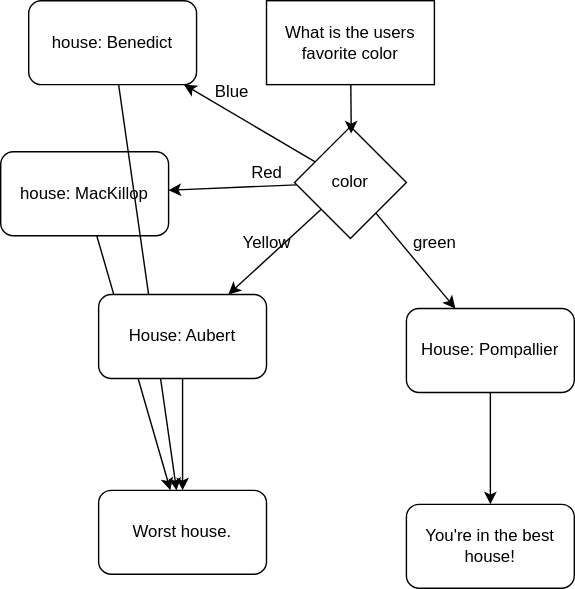
Above: whanau_flowchart.drawio.svg in Dekoder-py-school/whanau_color (draw.io), before the change. Source tidied: cells renumbered, new cells last; positions are measured from the earlier drawing's top-left corner, leaving out a move shared by most shapes.
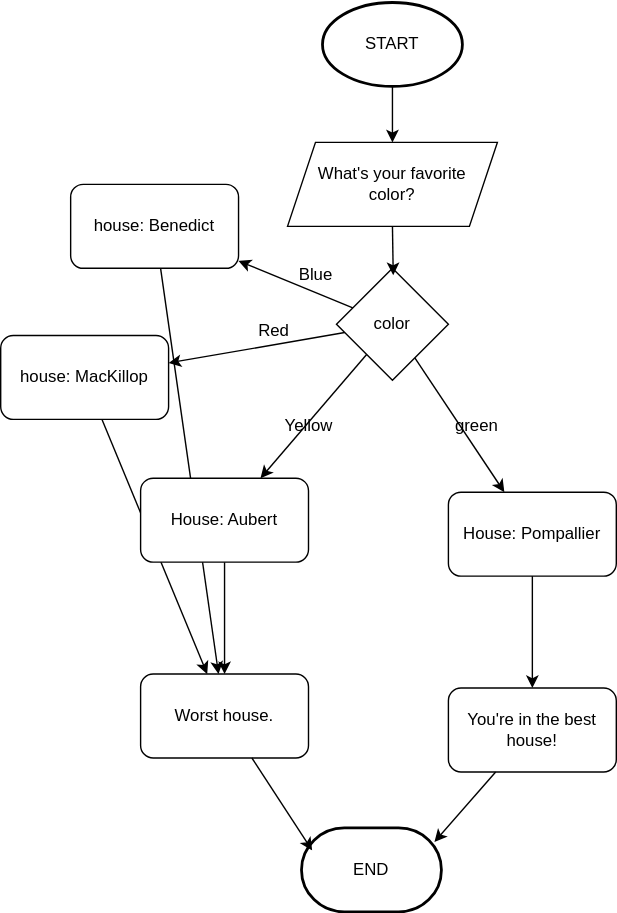
After the change.

Commit message:
use the right shapes

Change to the diagram source:
```diff
@@ -2,9 +2,6 @@
   <root>
     <mxCell id="0" />
     <mxCell id="1" parent="0" />
-    <mxCell id="2" value="What is the users favorite color" style="rounded=0;whiteSpace=wrap;html=1;" parent="1" vertex="1">
-      <mxGeometry x="190" width="120" height="60" as="geometry" />
-    </mxCell>
     <mxCell id="3" style="edgeStyle=none;html=1;" parent="1" edge="1" source="7" target="9">
       <mxGeometry relative="1" as="geometry" />
     </mxCell>
@@ -18,16 +15,16 @@
       <mxGeometry relative="1" as="geometry" />
     </mxCell>
     <mxCell id="7" value="color" style="rhombus;whiteSpace=wrap;html=1;" parent="1" vertex="1">
-      <mxGeometry x="210" y="90" width="80" height="80" as="geometry" />
+      <mxGeometry x="210" y="60" width="80" height="80" as="geometry" />
     </mxCell>
     <mxCell id="8" style="edgeStyle=none;html=1;" parent="1" edge="1" source="9" target="22">
       <mxGeometry relative="1" as="geometry" />
     </mxCell>
     <mxCell id="9" value="house: MacKillop" style="rounded=1;whiteSpace=wrap;html=1;" parent="1" vertex="1">
-      <mxGeometry y="108" width="120" height="60" as="geometry" />
+      <mxGeometry x="-30" y="108" width="120" height="60" as="geometry" />
     </mxCell>
     <mxCell id="10" value="Red" style="text;html=1;align=center;verticalAlign=middle;strokeColor=none;fillColor=none;" parent="1" vertex="1">
-      <mxGeometry x="165" y="108" width="50" height="30" as="geometry" />
+      <mxGeometry x="140" y="90" width="50" height="30" as="geometry" />
     </mxCell>
     <mxCell id="11" style="edgeStyle=none;html=1;" parent="1" edge="1" source="12" target="22">
       <mxGeometry relative="1" as="geometry" />
@@ -36,7 +33,7 @@
       <mxGeometry x="20" width="120" height="60" as="geometry" />
     </mxCell>
     <mxCell id="13" value="Blue" style="text;html=1;align=center;verticalAlign=middle;strokeColor=none;fillColor=none;" parent="1" vertex="1">
-      <mxGeometry x="140" y="50" width="50" height="30" as="geometry" />
+      <mxGeometry x="170" y="50" width="50" height="30" as="geometry" />
     </mxCell>
     <mxCell id="14" style="edgeStyle=none;html=1;" parent="1" edge="1" source="15" target="21">
       <mxGeometry relative="1" as="geometry" />
@@ -56,7 +53,7 @@
     <mxCell id="19" value="green" style="text;html=1;align=center;verticalAlign=middle;strokeColor=none;fillColor=none;" parent="1" vertex="1">
       <mxGeometry x="285" y="158" width="50" height="30" as="geometry" />
     </mxCell>
-    <mxCell id="20" style="edgeStyle=none;html=1;entryX=0.507;entryY=0.061;entryDx=0;entryDy=0;entryPerimeter=0;" parent="1" edge="1" source="2" target="7">
+    <mxCell id="20" style="edgeStyle=none;html=1;entryX=0.507;entryY=0.061;entryDx=0;entryDy=0;entryPerimeter=0;exitX=0.5;exitY=1;exitDx=0;exitDy=0;" parent="1" edge="1" source="24" target="7">
       <mxGeometry relative="1" as="geometry" />
     </mxCell>
     <mxCell id="21" value="You're in the best house!" style="rounded=1;whiteSpace=wrap;html=1;" parent="1" vertex="1">
@@ -65,5 +62,25 @@
     <mxCell id="22" value="Worst house." style="whiteSpace=wrap;html=1;rounded=1;" parent="1" vertex="1">
       <mxGeometry x="70" y="350" width="120" height="60" as="geometry" />
     </mxCell>
+    <mxCell id="23" style="edgeStyle=none;html=1;exitX=0.5;exitY=1;exitDx=0;exitDy=0;exitPerimeter=0;" parent="1" edge="1" source="25">
+      <mxGeometry relative="1" as="geometry">
+        <mxPoint x="250" y="-30" as="targetPoint" />
+      </mxGeometry>
+    </mxCell>
+    <mxCell id="24" value="What's your favorite&lt;div&gt;&amp;nbsp;color?&lt;/div&gt;" style="shape=parallelogram;perimeter=parallelogramPerimeter;whiteSpace=wrap;html=1;fixedSize=1;" parent="1" vertex="1">
+      <mxGeometry x="175" y="-30" width="150" height="60" as="geometry" />
+    </mxCell>
+    <mxCell id="25" value="START" style="strokeWidth=2;html=1;shape=mxgraph.flowchart.start_1;whiteSpace=wrap;" parent="1" vertex="1">
+      <mxGeometry x="200" y="-130" width="100" height="60" as="geometry" />
+    </mxCell>
+    <mxCell id="26" value="END" style="strokeWidth=2;html=1;shape=mxgraph.flowchart.terminator;whiteSpace=wrap;" parent="1" vertex="1">
+      <mxGeometry x="185" y="460" width="100" height="60" as="geometry" />
+    </mxCell>
+    <mxCell id="27" style="edgeStyle=none;html=1;entryX=0.95;entryY=0.167;entryDx=0;entryDy=0;entryPerimeter=0;" parent="1" edge="1" source="21" target="26">
+      <mxGeometry relative="1" as="geometry" />
+    </mxCell>
+    <mxCell id="28" style="edgeStyle=none;html=1;entryX=0.076;entryY=0.267;entryDx=0;entryDy=0;entryPerimeter=0;" parent="1" edge="1" source="22" target="26">
+      <mxGeometry relative="1" as="geometry" />
+    </mxCell>
   </root>
 </mxGraphModel>
```
